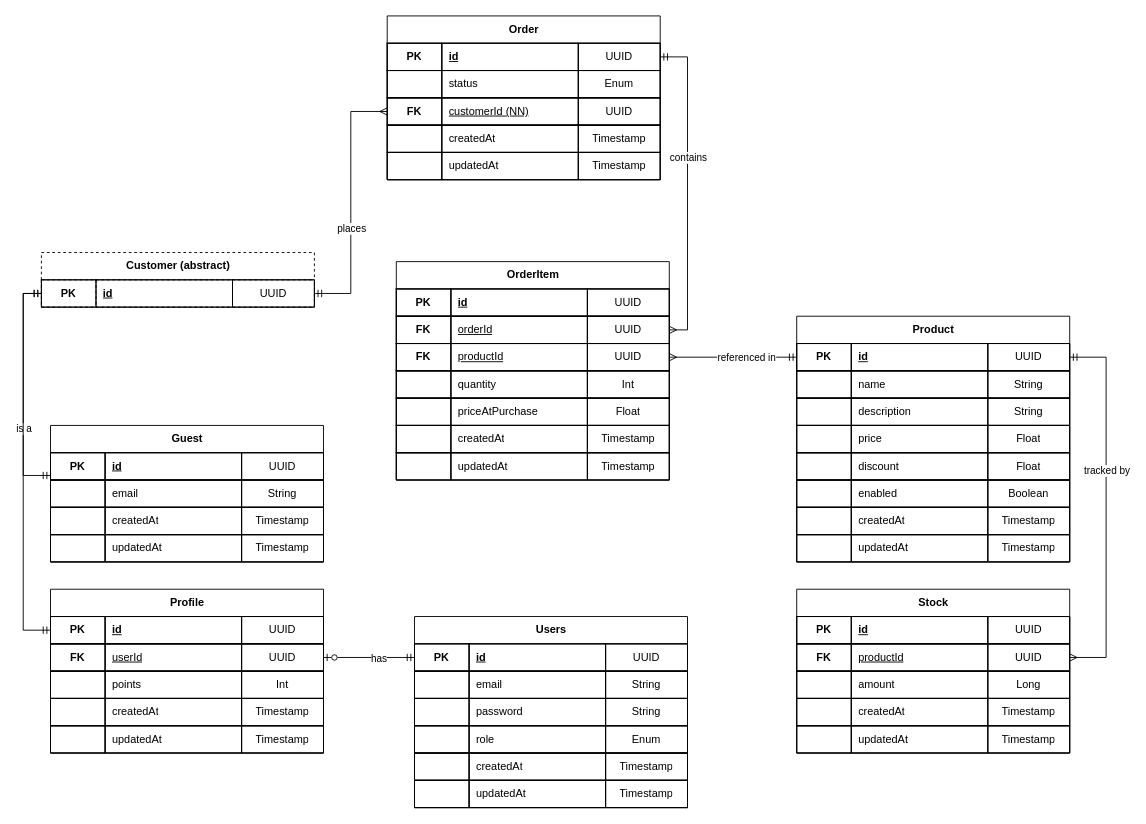
Earlier version of the draw.io diagram docs/erd.drawio (Bulgaria2026/MicroMarketApi). Source tidied: cells renumbered, new cells numbered last; positions are measured from the earlier drawing's top-left corner, leaving out a move shared by most shapes. Both pictures are drawn from the tidied source at 91%, with x=0, y=0 at pixel (23, 15).
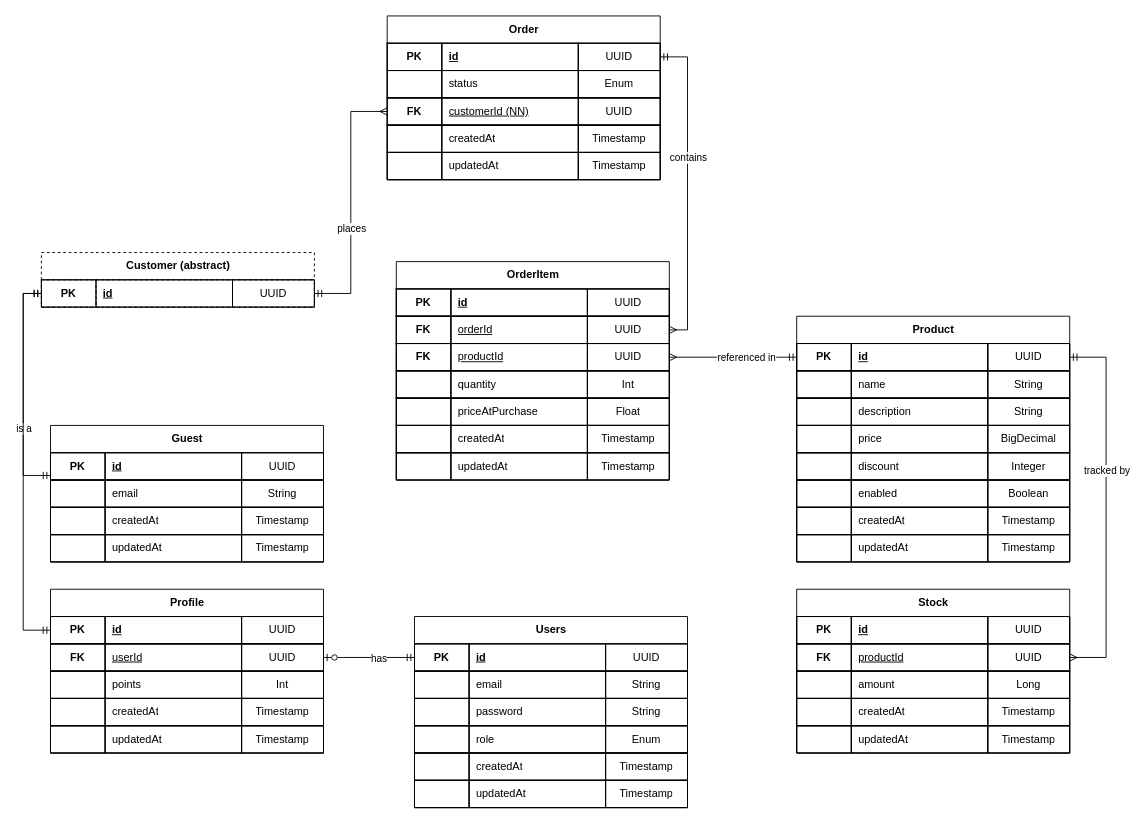
The same diagram, later.

The change refers to these unchanged cells:
```xml
<mxCell id="133" style="shape=tableRow;horizontal=0;startSize=0;swimlaneHead=0;swimlaneBody=0;fillColor=none;" parent="120" vertex="1">
  <mxGeometry y="120" width="300" height="30" as="geometry" />
</mxCell>
<mxCell id="137" style="shape=tableRow;horizontal=0;startSize=0;swimlaneHead=0;swimlaneBody=0;fillColor=none;" parent="120" vertex="1">
  <mxGeometry y="150" width="300" height="30" as="geometry" />
</mxCell>
```

What changed in the source:
```diff
@@
-    <mxCell id="136" value="Float" style="shape=partialRectangle;fillColor=none;align=center;verticalAlign=middle;overflow=hidden;whiteSpace=wrap;html=1;" parent="133" vertex="1">
+    <mxCell id="136" value="BigDecimal" style="shape=partialRectangle;fillColor=none;align=center;verticalAlign=middle;overflow=hidden;whiteSpace=wrap;html=1;" parent="133" vertex="1">
       <mxGeometry x="210" width="90" height="30" as="geometry" />
     </mxCell>
@@
-    <mxCell id="140" value="Float" style="shape=partialRectangle;fillColor=none;align=center;verticalAlign=middle;overflow=hidden;whiteSpace=wrap;html=1;" parent="137" vertex="1">
+    <mxCell id="140" value="Integer" style="shape=partialRectangle;fillColor=none;align=center;verticalAlign=middle;overflow=hidden;whiteSpace=wrap;html=1;" parent="137" vertex="1">
       <mxGeometry x="210" width="90" height="30" as="geometry" />
     </mxCell>
```
